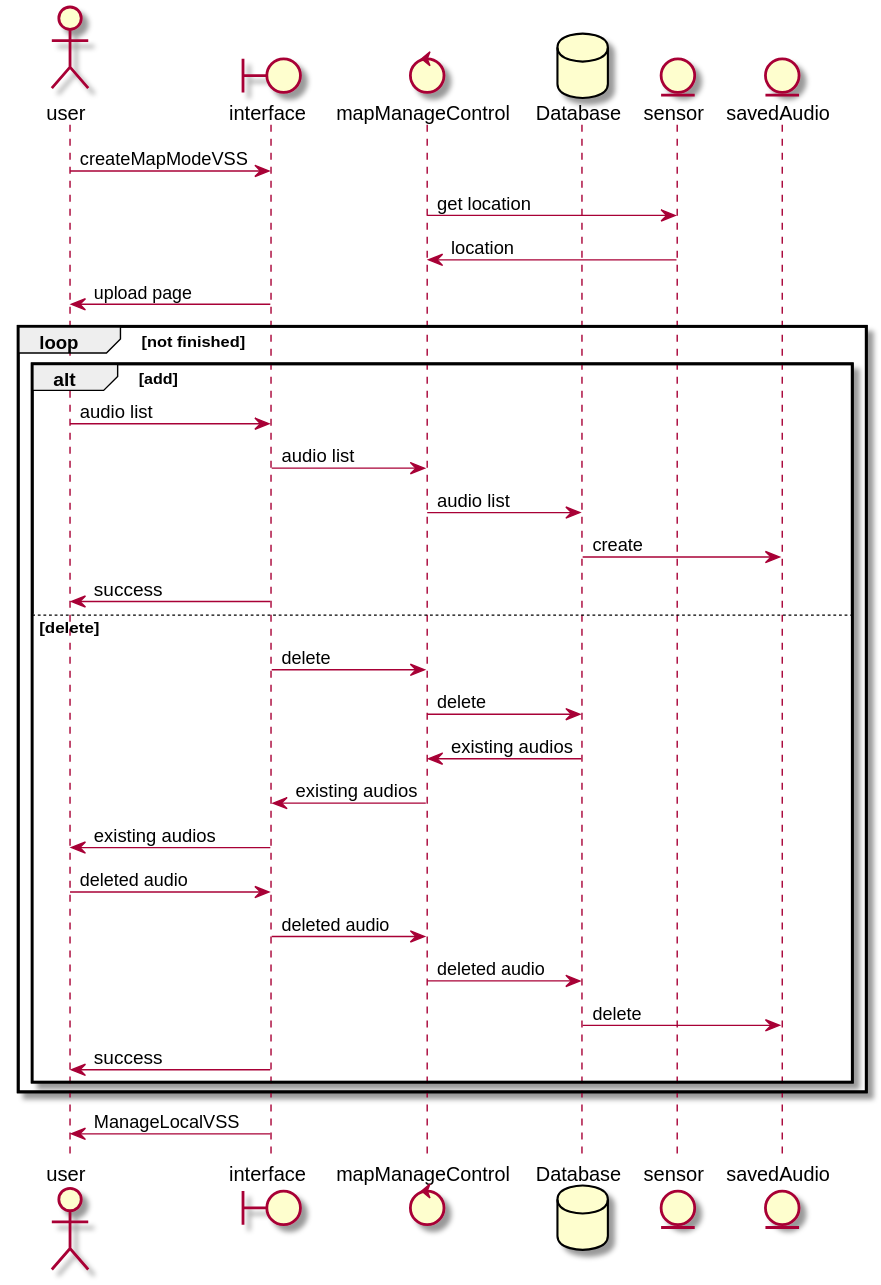
kpp19920121/doc keeps this PlantUML diagram as 需求定义和分析/SeqDiagram/createmapmodevss.svg. Above is the earlier version.
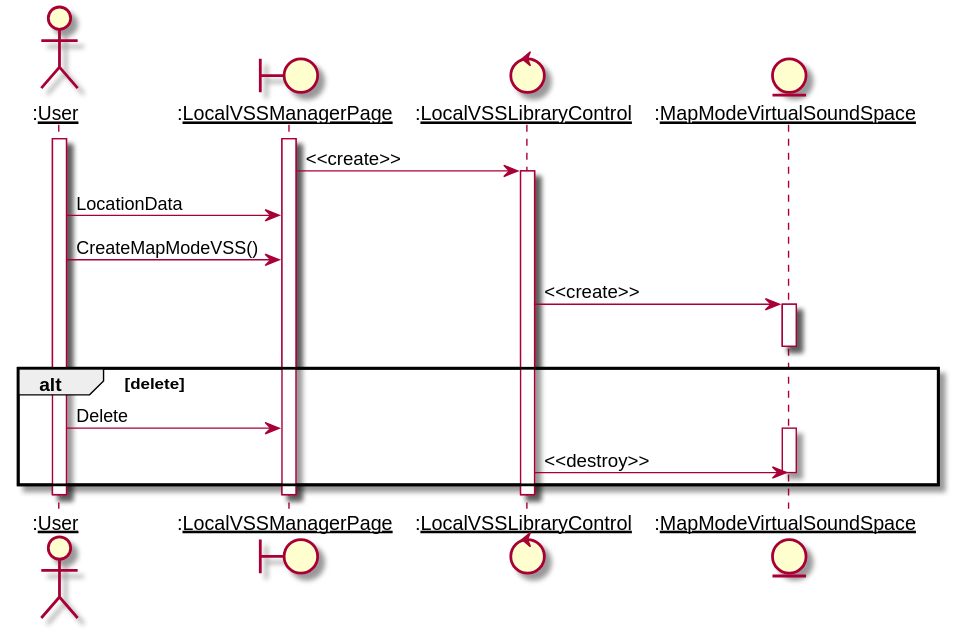
After the commit.

What changed in the source:
```diff
@@ -1,36 +1,25 @@
 @startuml
-actor user
-boundary interface
-control mapManageControl
-database Database
-entity sensor
-entity savedAudio
+actor ":__User__" as User
+boundary ":__LocalVSSManagerPage__" as LocalVSSManagerPage
+control ":__LocalVSSLibraryControl__" as LocalVSSLibraryControl
+entity ":__MapModeVirtualSoundSpace__" as MapModeVirtualSoundSpace
 
-user -> interface: createMapModeVSS
-mapManageControl -> sensor: get location
-sensor -> mapManageControl: location
-interface -> user: upload page
-
-loop not finished
-    alt add
-        user -> interface: audio list
-        interface -> mapManageControl: audio list
-        mapManageControl -> Database: audio list
-        Database -> savedAudio: create
-        interface -> user: success
-    else delete
-        interface -> mapManageControl: delete
-        mapManageControl -> Database: delete
-        Database -> mapManageControl: existing audios
-        mapManageControl -> interface: existing audios
-        interface -> user: existing audios
-        user -> interface: deleted audio
-        interface -> mapManageControl: deleted audio
-        mapManageControl -> Database: deleted audio
-        Database -> savedAudio: delete
-        interface -> user: success
-    end
+activate User
+activate LocalVSSManagerPage
+LocalVSSManagerPage -> LocalVSSLibraryControl: <<create>>
+activate LocalVSSLibraryControl
+User -> LocalVSSManagerPage: LocationData
+User -> LocalVSSManagerPage: CreateMapModeVSS()
+LocalVSSLibraryControl -> MapModeVirtualSoundSpace: <<create>>
+activate MapModeVirtualSoundSpace
+deactivate MapModeVirtualSoundSpace
+alt delete
+    User -> LocalVSSManagerPage: Delete
+    activate MapModeVirtualSoundSpace
+    LocalVSSLibraryControl -> MapModeVirtualSoundSpace: <<destroy>>
+    deactivate MapModeVirtualSoundSpace
 end
-
-interface -> user: ManageLocalVSS
+deactivate LocalVSSLibraryControl
+deactivate LocalVSSManagerPage
+deactivate User
 @enduml
```
